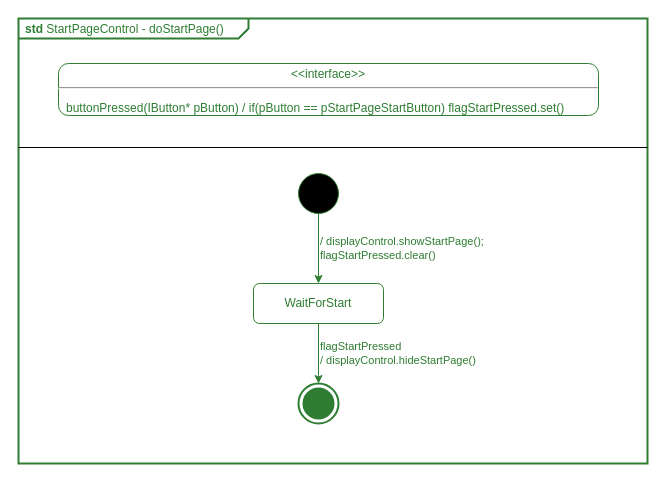
The draw.io diagram page "STD-StartPageControl" (6 of 11) of apps/pong_simple/models/drawio/pong_cg.drawio in nepbuur1/test_lasergame_2_rework_CleanGUI_godmode, before the edit. Source tidied: cells renumbered, new cells numbered last; positions are measured from the earlier drawing's top-left corner, leaving out a move shared by most shapes. Both pictures are drawn from the tidied source at 100%, with x=0, y=0 at pixel (18, 18).
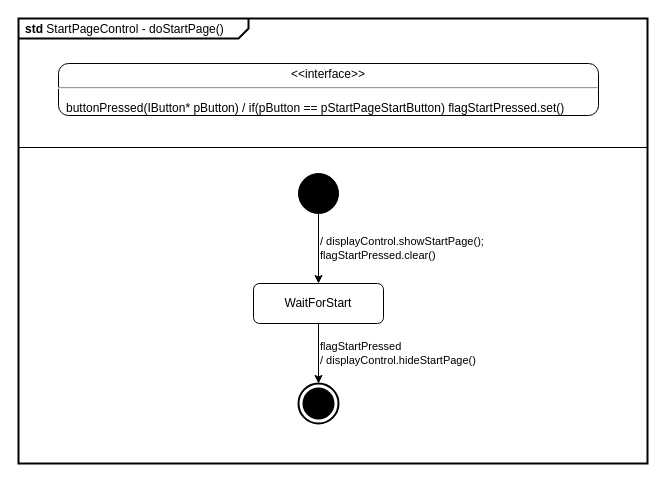
The same page after the edit.

What changed in the source:
```diff
@@
 <mxGraphModel>
   <root>
     <mxCell id="0" />
     <mxCell id="1" parent="0" />
-    <mxCell id="2" value="&lt;p style=&quot;margin:0px;margin-top:4px;margin-left:7px;text-align:left;&quot;&gt;&lt;b&gt;std&lt;/b&gt;  StartPageControl - doStartPage()&lt;/p&gt;" style="html=1;shape=mxgraph.sysml.package;overflow=fill;labelX=230;strokeWidth=2;align=center;strokeColor=#2e7d32;fontColor=#2e7d32;" parent="1" vertex="1">
+    <mxCell id="2" value="&lt;p style=&quot;margin:0px;margin-top:4px;margin-left:7px;text-align:left;&quot;&gt;&lt;b&gt;std&lt;/b&gt;  StartPageControl - doStartPage()&lt;/p&gt;" style="html=1;shape=mxgraph.sysml.package;overflow=fill;labelX=230;strokeWidth=2;align=center;" parent="1" vertex="1">
       <mxGeometry width="629" height="445" as="geometry" />
     </mxCell>
-    <mxCell id="3" value="&lt;p style=&quot;margin: 0px ; margin-top: 4px ; text-align: center&quot;&gt;&amp;lt;&amp;lt;interface&amp;gt;&amp;gt;&lt;/p&gt;&lt;hr&gt;&lt;p&gt;&lt;/p&gt;&lt;p style=&quot;margin: 0px ; margin-left: 8px ; text-align: left&quot;&gt;buttonPressed(IButton* pButton) / if(pButton == pStartPageStartButton) flagStartPressed.set()&lt;/p&gt;" style="shape=mxgraph.sysml.simpleState;html=1;overflow=fill;whiteSpace=wrap;align=center;strokeColor=#2e7d32;fontColor=#2e7d32;" parent="1" vertex="1">
+    <mxCell id="3" value="&lt;p style=&quot;margin: 0px ; margin-top: 4px ; text-align: center&quot;&gt;&amp;lt;&amp;lt;interface&amp;gt;&amp;gt;&lt;/p&gt;&lt;hr&gt;&lt;p&gt;&lt;/p&gt;&lt;p style=&quot;margin: 0px ; margin-left: 8px ; text-align: left&quot;&gt;buttonPressed(IButton* pButton) / if(pButton == pStartPageStartButton) flagStartPressed.set()&lt;/p&gt;" style="shape=mxgraph.sysml.simpleState;html=1;overflow=fill;whiteSpace=wrap;align=center;" parent="1" vertex="1">
       <mxGeometry x="40" y="45" width="540" height="52" as="geometry" />
     </mxCell>
-    <mxCell id="4" style="shape=ellipse;html=1;fillColor=#000000;fontSize=18;fontColor=#ffffff;strokeColor=#2e7d32;" parent="1" vertex="1">
+    <mxCell id="4" style="shape=ellipse;html=1;fillColor=#000000;fontSize=18;fontColor=#ffffff;" parent="1" vertex="1">
       <mxGeometry x="280" y="155" width="40" height="40" as="geometry" />
     </mxCell>
-    <mxCell id="5" value="WaitForStart" style="rounded=1;whiteSpace=wrap;html=1;strokeColor=#2e7d32;fontColor=#2e7d32;" parent="1" vertex="1">
+    <mxCell id="5" value="WaitForStart" style="rounded=1;whiteSpace=wrap;html=1;" parent="1" vertex="1">
       <mxGeometry x="235" y="265" width="130" height="40" as="geometry" />
     </mxCell>
-    <mxCell id="6" style="html=1;shape=mxgraph.sysml.actFinal;strokeWidth=2;verticalLabelPosition=bottom;verticalAlignment=top;strokeColor=#2e7d32;fontColor=#2e7d32;" parent="1" vertex="1">
+    <mxCell id="6" style="html=1;shape=mxgraph.sysml.actFinal;strokeWidth=2;verticalLabelPosition=bottom;verticalAlignment=top;" parent="1" vertex="1">
       <mxGeometry x="280" y="365" width="40" height="40" as="geometry" />
     </mxCell>
-    <mxCell id="7" value="&lt;div&gt;/ displayControl.showStartPage();&lt;/div&gt;&lt;div&gt;flagStartPressed.clear()&lt;/div&gt;" style="edgeStyle=orthogonalEdgeStyle;rounded=1;jettySize=auto;html=1;curved=0;align=left;labelBackgroundColor=default;strokeColor=#2e7d32;fontColor=#2e7d32;" parent="1" edge="1" source="4" target="5">
+    <mxCell id="7" value="&lt;div&gt;/ displayControl.showStartPage();&lt;/div&gt;&lt;div&gt;flagStartPressed.clear()&lt;/div&gt;" style="edgeStyle=orthogonalEdgeStyle;rounded=1;jettySize=auto;html=1;curved=0;align=left;labelBackgroundColor=default;" parent="1" edge="1" source="4" target="5">
       <mxGeometry relative="1" as="geometry" />
     </mxCell>
-    <mxCell id="8" value="flagStartPressed&lt;div&gt;/ displayControl.hideStartPage()&lt;/div&gt;" style="edgeStyle=orthogonalEdgeStyle;rounded=1;jettySize=auto;html=1;curved=0;align=left;labelBackgroundColor=default;strokeColor=#2e7d32;fontColor=#2e7d32;" parent="1" edge="1" source="5" target="6">
+    <mxCell id="8" value="flagStartPressed&lt;div&gt;/ displayControl.hideStartPage()&lt;/div&gt;" style="edgeStyle=orthogonalEdgeStyle;rounded=1;jettySize=auto;html=1;curved=0;align=left;labelBackgroundColor=default;" parent="1" edge="1" source="5" target="6">
       <mxGeometry relative="1" as="geometry" />
     </mxCell>
     <mxCell id="9" style="line;strokeWidth=1;fillColor=none;align=left;verticalAlign=middle;spacingTop=-1;spacingLeft=3;spacingRight=3;labelPosition=right;strokeColor=inherit;" parent="1" vertex="1">
       <mxGeometry y="125" width="629" height="8" as="geometry" />
     </mxCell>
   </root>
 </mxGraphModel>
```
